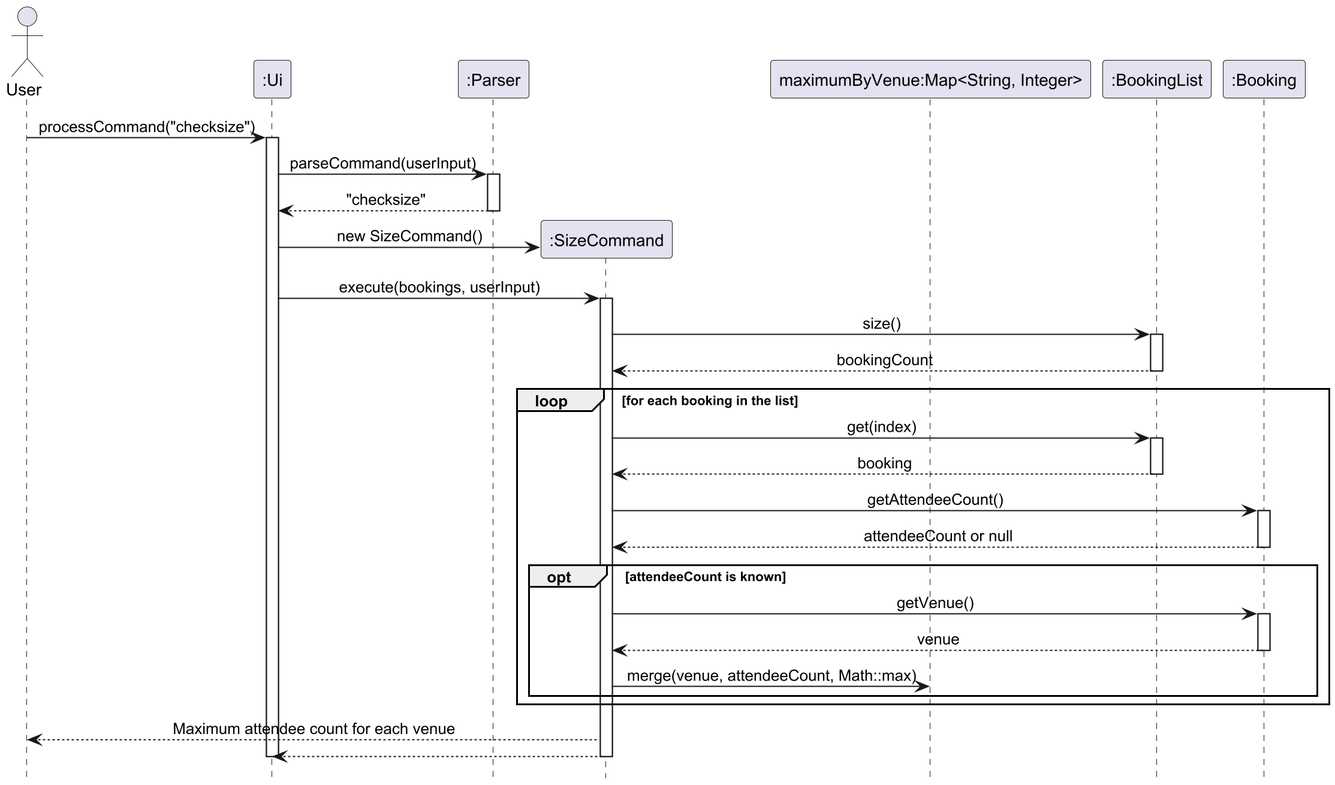
This is docs/UMLDiagrams/CheckSizeSequenceDiagram.png from AY2627S1-CS2113-W14-2/tp, a PlantUML export, as it was before one commit.
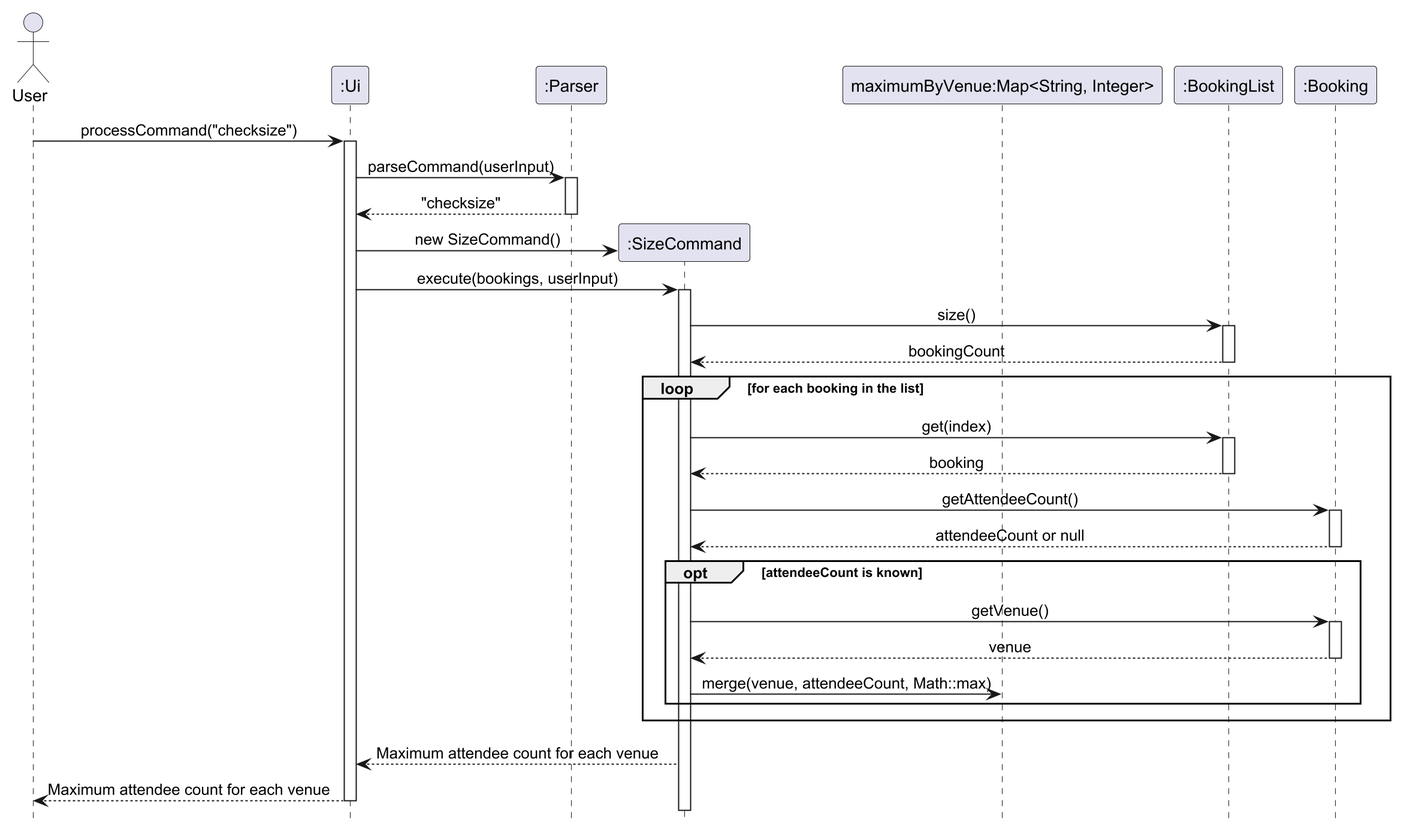
After the commit.

Diff of the diagram source:
```diff
@@ -46,8 +46,8 @@
     end
 end
 
-Size --> User: Maximum attendee count for each venue
-Size --> UI
+Size --> UI: Maximum attendee count for each venue
+UI --> User: Maximum attendee count for each venue
 deactivate Size
 deactivate UI
 @enduml
```
